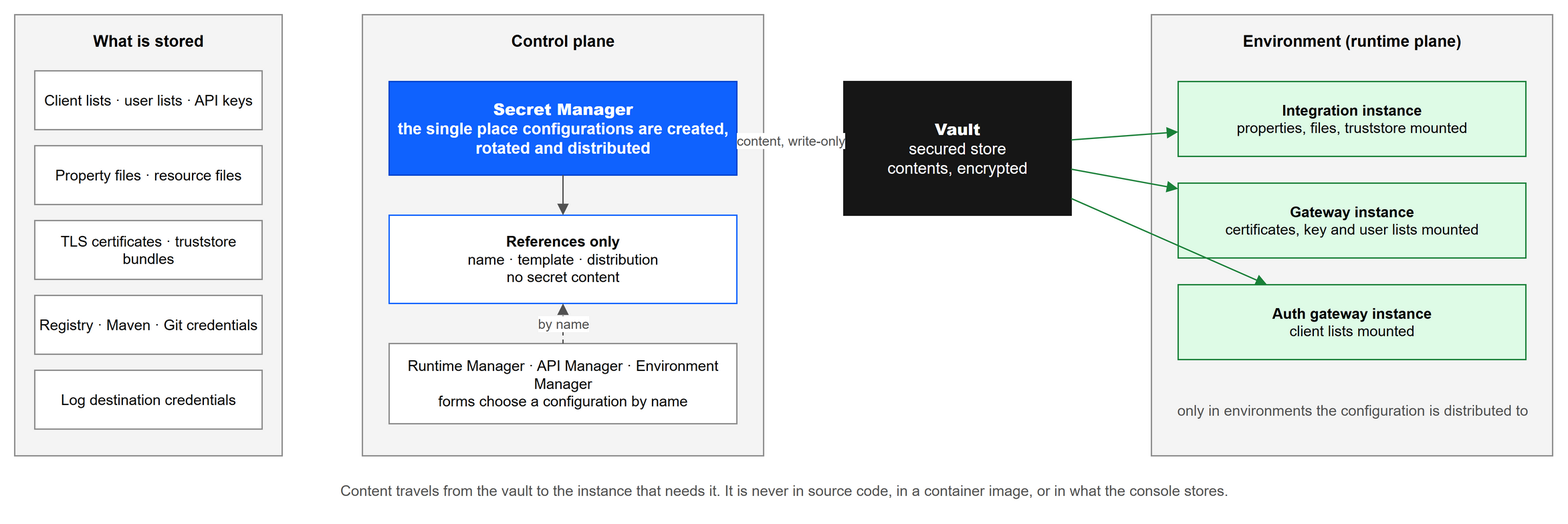
This is static/img/config-sources/secure-configuration.drawio.png from cml-x/docs, a draw.io export, as it was before one commit. Source tidied: cells renumbered, new cells last; positions are measured from the earlier drawing's top-left corner, leaving out a move shared by most shapes.
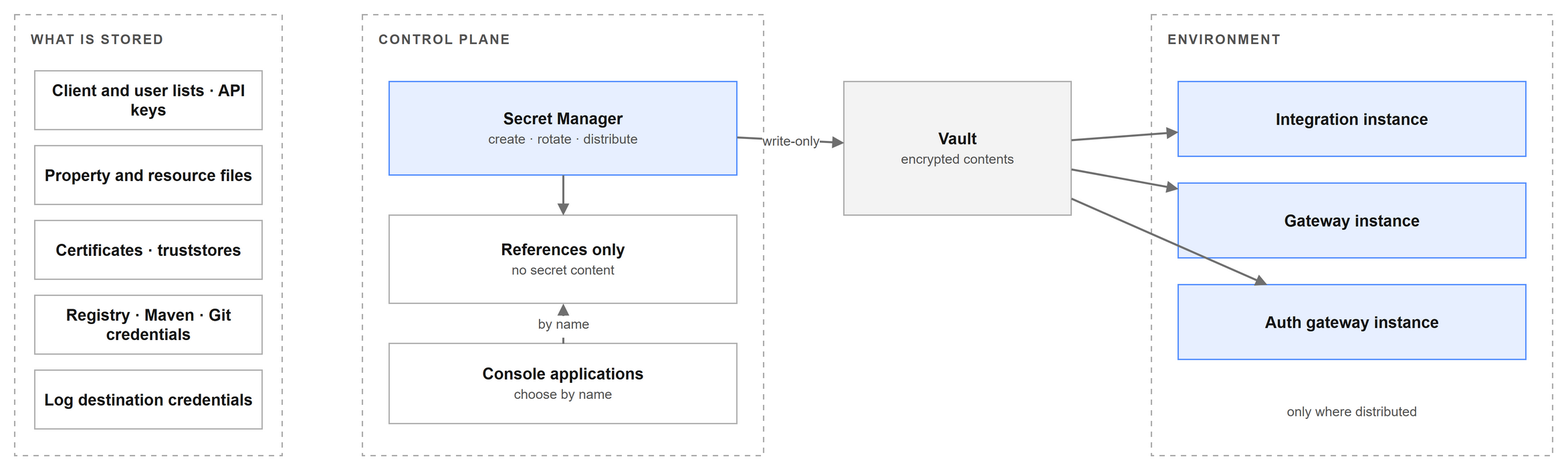
Later version of the same file.

The edit, as a diff of the source:
```diff
@@ -1,75 +1,72 @@
-<mxGraphModel>
+<mxGraphModel background="#FFFFFF">
   <root>
     <mxCell id="0" />
     <mxCell id="1" parent="0" />
-    <mxCell id="2" value="What is stored" style="rounded=0;whiteSpace=wrap;html=1;fillColor=#f4f4f4;strokeColor=#8d8d8d;verticalAlign=top;fontSize=12;fontStyle=1;spacingTop=6;" parent="1" vertex="1">
+    <mxCell id="2" value="&lt;span style=&quot;font-size:10px;color:#525252;letter-spacing:1px&quot;&gt;&lt;b&gt;WHAT IS STORED&lt;/b&gt;&lt;/span&gt;" style="rounded=0;whiteSpace=wrap;html=1;strokeWidth=1;fontColor=#161616;fontSize=12;fillColor=none;strokeColor=#A8A8A8;dashed=1;dashPattern=4 4;verticalAlign=top;align=left;spacingLeft=10;spacingTop=4;" parent="1" vertex="1">
       <mxGeometry width="200" height="330" as="geometry" />
     </mxCell>
-    <mxCell id="3" value="Client lists · user lists · API keys" style="rounded=0;whiteSpace=wrap;html=1;fillColor=#ffffff;strokeColor=#8d8d8d;fontSize=11;" parent="1" vertex="1">
+    <mxCell id="3" value="&lt;b&gt;Client and user lists · API keys&lt;/b&gt;" style="rounded=0;whiteSpace=wrap;html=1;strokeWidth=1;fontColor=#161616;fontSize=12;fillColor=none;strokeColor=#8D8D8D;strokeOpacity=70;" parent="1" vertex="1">
       <mxGeometry x="15" y="42" width="170" height="44" as="geometry" />
     </mxCell>
-    <mxCell id="4" value="Property files · resource files" style="rounded=0;whiteSpace=wrap;html=1;fillColor=#ffffff;strokeColor=#8d8d8d;fontSize=11;" parent="1" vertex="1">
+    <mxCell id="4" value="&lt;b&gt;Property and resource files&lt;/b&gt;" style="rounded=0;whiteSpace=wrap;html=1;strokeWidth=1;fontColor=#161616;fontSize=12;fillColor=none;strokeColor=#8D8D8D;strokeOpacity=70;" parent="1" vertex="1">
       <mxGeometry x="15" y="98" width="170" height="44" as="geometry" />
     </mxCell>
-    <mxCell id="5" value="TLS certificates · truststore bundles" style="rounded=0;whiteSpace=wrap;html=1;fillColor=#ffffff;strokeColor=#8d8d8d;fontSize=11;" parent="1" vertex="1">
+    <mxCell id="5" value="&lt;b&gt;Certificates · truststores&lt;/b&gt;" style="rounded=0;whiteSpace=wrap;html=1;strokeWidth=1;fontColor=#161616;fontSize=12;fillColor=none;strokeColor=#8D8D8D;strokeOpacity=70;" parent="1" vertex="1">
       <mxGeometry x="15" y="154" width="170" height="44" as="geometry" />
     </mxCell>
-    <mxCell id="6" value="Registry · Maven · Git credentials" style="rounded=0;whiteSpace=wrap;html=1;fillColor=#ffffff;strokeColor=#8d8d8d;fontSize=11;" parent="1" vertex="1">
+    <mxCell id="6" value="&lt;b&gt;Registry · Maven · Git credentials&lt;/b&gt;" style="rounded=0;whiteSpace=wrap;html=1;strokeWidth=1;fontColor=#161616;fontSize=12;fillColor=none;strokeColor=#8D8D8D;strokeOpacity=70;" parent="1" vertex="1">
       <mxGeometry x="15" y="210" width="170" height="44" as="geometry" />
     </mxCell>
-    <mxCell id="7" value="Log destination credentials" style="rounded=0;whiteSpace=wrap;html=1;fillColor=#ffffff;strokeColor=#8d8d8d;fontSize=11;" parent="1" vertex="1">
+    <mxCell id="7" value="&lt;b&gt;Log destination credentials&lt;/b&gt;" style="rounded=0;whiteSpace=wrap;html=1;strokeWidth=1;fontColor=#161616;fontSize=12;fillColor=none;strokeColor=#8D8D8D;strokeOpacity=70;" parent="1" vertex="1">
       <mxGeometry x="15" y="266" width="170" height="44" as="geometry" />
     </mxCell>
-    <mxCell id="8" value="Control plane" style="rounded=0;whiteSpace=wrap;html=1;fillColor=#f4f4f4;strokeColor=#8d8d8d;verticalAlign=top;fontSize=12;fontStyle=1;spacingTop=6;" parent="1" vertex="1">
+    <mxCell id="8" value="&lt;span style=&quot;font-size:10px;color:#525252;letter-spacing:1px&quot;&gt;&lt;b&gt;CONTROL PLANE&lt;/b&gt;&lt;/span&gt;" style="rounded=0;whiteSpace=wrap;html=1;strokeWidth=1;fontColor=#161616;fontSize=12;fillColor=none;strokeColor=#A8A8A8;dashed=1;dashPattern=4 4;verticalAlign=top;align=left;spacingLeft=10;spacingTop=4;" parent="1" vertex="1">
       <mxGeometry x="260" width="300" height="330" as="geometry" />
     </mxCell>
-    <mxCell id="9" value="&lt;b&gt;Secret Manager&lt;/b&gt;&lt;br&gt;the single place configurations are created, rotated and distributed" style="rounded=0;whiteSpace=wrap;html=1;fillColor=#0f62fe;strokeColor=#0043ce;fontColor=#ffffff;fontSize=12;fontStyle=1;" parent="1" vertex="1">
+    <mxCell id="9" value="&lt;b&gt;Secret Manager&lt;/b&gt;&lt;br&gt;&lt;span style=&quot;font-size:10px;color:#525252&quot;&gt;create · rotate · distribute&lt;/span&gt;" style="rounded=0;whiteSpace=wrap;html=1;strokeWidth=1;fontColor=#161616;fontSize=12;fillColor=#0F62FE;fillOpacity=10;strokeColor=#0F62FE;strokeOpacity=70;" parent="1" vertex="1">
       <mxGeometry x="280" y="50" width="260" height="70" as="geometry" />
     </mxCell>
-    <mxCell id="10" value="&lt;b&gt;References only&lt;/b&gt;&lt;br&gt;name · template · distribution&lt;br&gt;no secret content" style="rounded=0;whiteSpace=wrap;html=1;fillColor=#ffffff;strokeColor=#0f62fe;fontSize=11;" parent="1" vertex="1">
+    <mxCell id="10" value="&lt;b&gt;References only&lt;/b&gt;&lt;br&gt;&lt;span style=&quot;font-size:10px;color:#525252&quot;&gt;no secret content&lt;/span&gt;" style="rounded=0;whiteSpace=wrap;html=1;strokeWidth=1;fontColor=#161616;fontSize=12;fillColor=none;strokeColor=#8D8D8D;strokeOpacity=70;" parent="1" vertex="1">
       <mxGeometry x="280" y="150" width="260" height="66" as="geometry" />
     </mxCell>
-    <mxCell id="11" value="Runtime Manager · API Manager · Environment Manager&lt;br&gt;forms choose a configuration by name" style="rounded=0;whiteSpace=wrap;html=1;fillColor=#ffffff;strokeColor=#8d8d8d;fontSize=11;" parent="1" vertex="1">
+    <mxCell id="11" value="&lt;b&gt;Console applications&lt;/b&gt;&lt;br&gt;&lt;span style=&quot;font-size:10px;color:#525252&quot;&gt;choose by name&lt;/span&gt;" style="rounded=0;whiteSpace=wrap;html=1;strokeWidth=1;fontColor=#161616;fontSize=12;fillColor=none;strokeColor=#8D8D8D;strokeOpacity=70;" parent="1" vertex="1">
       <mxGeometry x="280" y="246" width="260" height="60" as="geometry" />
     </mxCell>
-    <mxCell id="12" value="&lt;b&gt;Vault&lt;/b&gt;&lt;br&gt;&lt;span style=&quot;font-weight:normal&quot;&gt;secured store&lt;br&gt;contents, encrypted&lt;/span&gt;" style="rounded=0;whiteSpace=wrap;html=1;fillColor=#161616;strokeColor=#161616;fontColor=#ffffff;fontSize=12;fontStyle=1;" parent="1" vertex="1">
+    <mxCell id="12" value="&lt;b&gt;Vault&lt;/b&gt;&lt;br&gt;&lt;span style=&quot;font-size:10px;color:#525252&quot;&gt;encrypted contents&lt;/span&gt;" style="rounded=0;whiteSpace=wrap;html=1;strokeWidth=1;fontColor=#161616;fontSize=12;fillColor=#161616;fillOpacity=5;strokeColor=#8D8D8D;strokeOpacity=70;" parent="1" vertex="1">
       <mxGeometry x="620" y="50" width="170" height="100" as="geometry" />
     </mxCell>
-    <mxCell id="13" value="Environment (runtime plane)" style="rounded=0;whiteSpace=wrap;html=1;fillColor=#f4f4f4;strokeColor=#8d8d8d;verticalAlign=top;fontSize=12;fontStyle=1;spacingTop=6;" parent="1" vertex="1">
+    <mxCell id="13" value="&lt;span style=&quot;font-size:10px;color:#525252;letter-spacing:1px&quot;&gt;&lt;b&gt;ENVIRONMENT&lt;/b&gt;&lt;/span&gt;" style="rounded=0;whiteSpace=wrap;html=1;strokeWidth=1;fontColor=#161616;fontSize=12;fillColor=none;strokeColor=#A8A8A8;dashed=1;dashPattern=4 4;verticalAlign=top;align=left;spacingLeft=10;spacingTop=4;" parent="1" vertex="1">
       <mxGeometry x="850" width="300" height="330" as="geometry" />
     </mxCell>
-    <mxCell id="14" value="&lt;b&gt;Integration instance&lt;/b&gt;&lt;br&gt;properties, files, truststore mounted" style="rounded=0;whiteSpace=wrap;html=1;fillColor=#defbe6;strokeColor=#198038;fontSize=11;" parent="1" vertex="1">
+    <mxCell id="14" value="&lt;b&gt;Integration instance&lt;/b&gt;" style="rounded=0;whiteSpace=wrap;html=1;strokeWidth=1;fontColor=#161616;fontSize=12;fillColor=#0F62FE;fillOpacity=10;strokeColor=#0F62FE;strokeOpacity=70;" parent="1" vertex="1">
       <mxGeometry x="870" y="50" width="260" height="56" as="geometry" />
     </mxCell>
-    <mxCell id="15" value="&lt;b&gt;Gateway instance&lt;/b&gt;&lt;br&gt;certificates, key and user lists mounted" style="rounded=0;whiteSpace=wrap;html=1;fillColor=#defbe6;strokeColor=#198038;fontSize=11;" parent="1" vertex="1">
+    <mxCell id="15" value="&lt;b&gt;Gateway instance&lt;/b&gt;" style="rounded=0;whiteSpace=wrap;html=1;strokeWidth=1;fontColor=#161616;fontSize=12;fillColor=#0F62FE;fillOpacity=10;strokeColor=#0F62FE;strokeOpacity=70;" parent="1" vertex="1">
       <mxGeometry x="870" y="126" width="260" height="56" as="geometry" />
     </mxCell>
-    <mxCell id="16" value="&lt;b&gt;Auth gateway instance&lt;/b&gt;&lt;br&gt;client lists mounted" style="rounded=0;whiteSpace=wrap;html=1;fillColor=#defbe6;strokeColor=#198038;fontSize=11;" parent="1" vertex="1">
+    <mxCell id="16" value="&lt;b&gt;Auth gateway instance&lt;/b&gt;" style="rounded=0;whiteSpace=wrap;html=1;strokeWidth=1;fontColor=#161616;fontSize=12;fillColor=#0F62FE;fillOpacity=10;strokeColor=#0F62FE;strokeOpacity=70;" parent="1" vertex="1">
       <mxGeometry x="870" y="202" width="260" height="56" as="geometry" />
     </mxCell>
-    <mxCell id="17" value="only in environments the configuration is distributed to" style="text;html=1;align=center;verticalAlign=middle;fontSize=11;fontColor=#525252;" parent="1" vertex="1">
+    <mxCell id="17" value="&lt;span style=&quot;font-size:10px;color:#525252&quot;&gt;only where distributed&lt;/span&gt;" style="rounded=0;whiteSpace=wrap;html=1;strokeWidth=1;fontColor=#161616;fontSize=12;fillColor=none;strokeColor=none;" parent="1" vertex="1">
       <mxGeometry x="860" y="276" width="280" height="40" as="geometry" />
     </mxCell>
-    <mxCell id="18" value="content, write-only" style="endArrow=block;html=1;rounded=0;strokeColor=#525252;fontSize=10;fontColor=#525252;labelBackgroundColor=#ffffff;" parent="1" edge="1" source="9" target="12">
+    <mxCell id="18" value="write-only" style="endArrow=block;html=1;rounded=0;strokeColor=#6F6F6F;fontSize=10;fontColor=#525252;labelBackgroundColor=#FFFFFF;strokeWidth=1.5;endSize=5;" parent="1" edge="1" source="9" target="12">
       <mxGeometry relative="1" as="geometry" />
     </mxCell>
-    <mxCell id="19" style="endArrow=block;html=1;rounded=0;strokeColor=#525252;fontSize=10;fontColor=#525252;labelBackgroundColor=#ffffff;" parent="1" edge="1" source="9" target="10">
+    <mxCell id="19" style="endArrow=block;html=1;rounded=0;strokeColor=#6F6F6F;fontSize=10;fontColor=#525252;labelBackgroundColor=#FFFFFF;strokeWidth=1.5;endSize=5;" parent="1" edge="1" source="9" target="10">
       <mxGeometry relative="1" as="geometry" />
     </mxCell>
-    <mxCell id="20" value="by name" style="endArrow=block;html=1;rounded=0;strokeColor=#525252;fontSize=10;fontColor=#525252;labelBackgroundColor=#ffffff;dashed=1;" parent="1" edge="1" source="11" target="10">
+    <mxCell id="20" value="by name" style="endArrow=block;html=1;rounded=0;strokeColor=#6F6F6F;fontSize=10;fontColor=#525252;labelBackgroundColor=#FFFFFF;dashed=1;strokeWidth=1.5;endSize=5;" parent="1" edge="1" source="11" target="10">
       <mxGeometry relative="1" as="geometry" />
     </mxCell>
-    <mxCell id="21" style="endArrow=block;html=1;rounded=0;strokeColor=#198038;fontSize=10;fontColor=#198038;labelBackgroundColor=#ffffff;" parent="1" edge="1" source="12" target="14">
+    <mxCell id="21" style="endArrow=block;html=1;rounded=0;strokeColor=#6F6F6F;fontSize=10;fontColor=#525252;labelBackgroundColor=#FFFFFF;strokeWidth=1.5;endSize=5;" parent="1" edge="1" source="12" target="14">
       <mxGeometry relative="1" as="geometry" />
     </mxCell>
-    <mxCell id="22" style="endArrow=block;html=1;rounded=0;strokeColor=#198038;fontSize=10;fontColor=#198038;labelBackgroundColor=#ffffff;" parent="1" edge="1" source="12" target="15">
+    <mxCell id="22" style="endArrow=block;html=1;rounded=0;strokeColor=#6F6F6F;fontSize=10;fontColor=#525252;labelBackgroundColor=#FFFFFF;strokeWidth=1.5;endSize=5;" parent="1" edge="1" source="12" target="15">
       <mxGeometry relative="1" as="geometry" />
     </mxCell>
-    <mxCell id="23" style="endArrow=block;html=1;rounded=0;strokeColor=#198038;fontSize=10;fontColor=#198038;labelBackgroundColor=#ffffff;" parent="1" edge="1" source="12" target="16">
+    <mxCell id="23" style="endArrow=block;html=1;rounded=0;strokeColor=#6F6F6F;fontSize=10;fontColor=#525252;labelBackgroundColor=#FFFFFF;strokeWidth=1.5;endSize=5;" parent="1" edge="1" source="12" target="16">
       <mxGeometry relative="1" as="geometry" />
     </mxCell>
-    <mxCell id="24" value="Content travels from the vault to the instance that needs it. It is never in source code, in a container image, or in what the console stores." style="text;html=1;align=center;verticalAlign=middle;fontSize=11;fontColor=#525252;" parent="1" vertex="1">
-      <mxGeometry y="342" width="1150" height="28" as="geometry" />
-    </mxCell>
   </root>
 </mxGraphModel>
```
